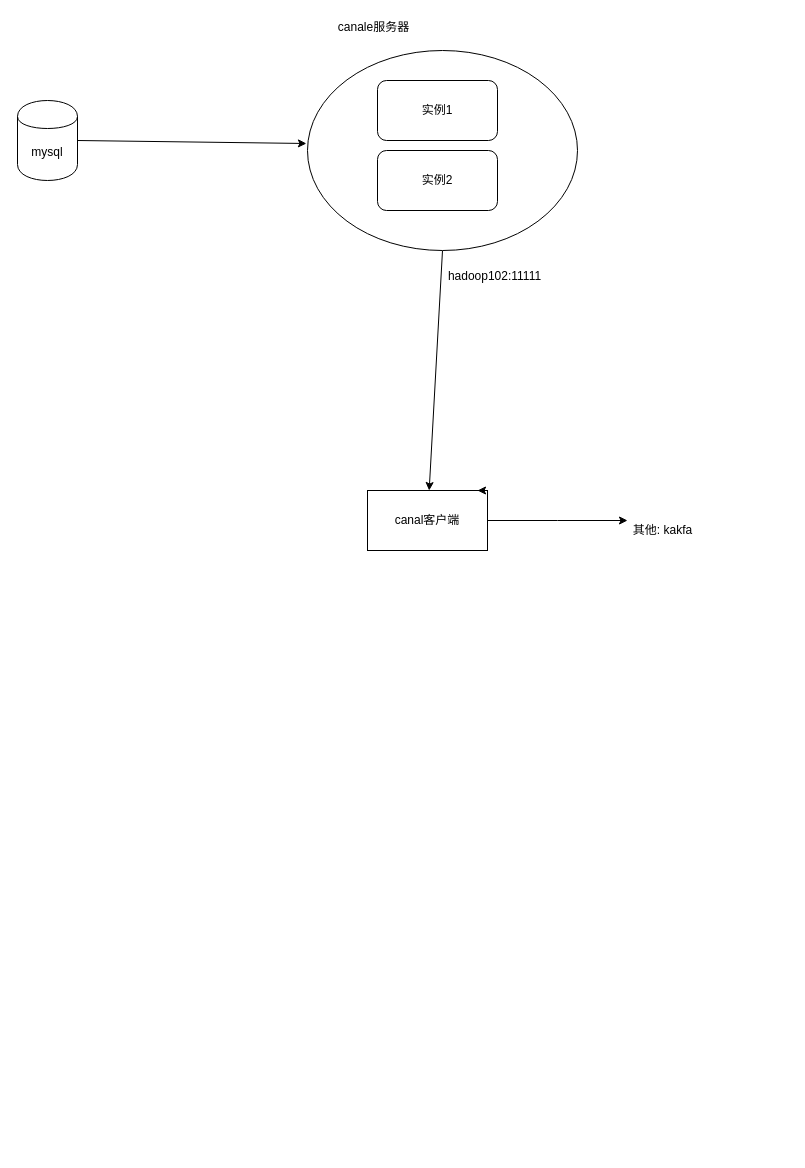
zhenchao125/gmall1128 keeps this draw.io diagram as page "第 4 页" (4 of 5) of 笔记/绘图.drawio. Above is the earlier version. Source tidied: cells renumbered, new cells numbered last; positions are measured from the earlier drawing's top-left corner, leaving out a move shared by most shapes. Both pictures are drawn from the tidied source at 100%, with x=0, y=0 at pixel (17, 17).
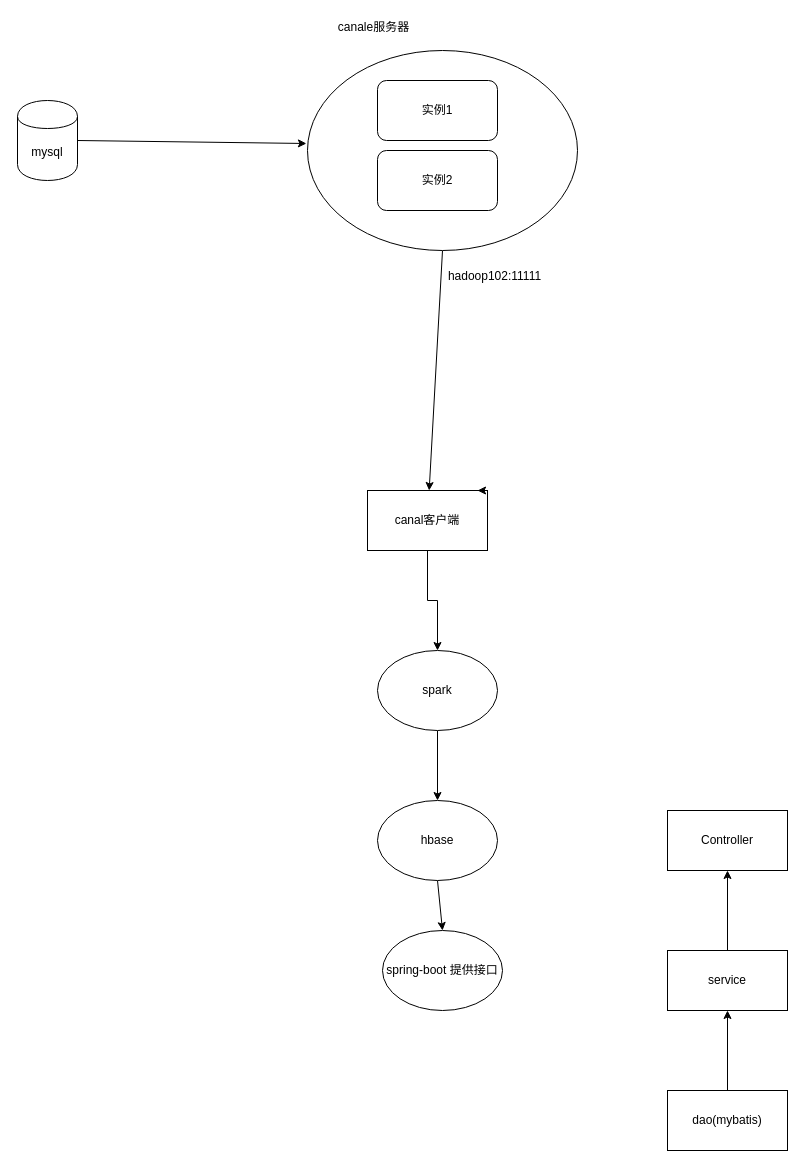
The same page after the edit.

The change refers to these unchanged cells:
```xml
<mxCell id="10" value="canal客户端" style="rounded=0;whiteSpace=wrap;html=1;" parent="1" vertex="1">
  <mxGeometry x="350" y="473" width="120" height="60" as="geometry" />
</mxCell>
```

Change to the diagram source:
```diff
@@
-    <mxCell id="9" style="edgeStyle=orthogonalEdgeStyle;rounded=0;jettySize=auto;html=1;exitX=1;exitY=0.5;exitDx=0;exitDy=0;" parent="1" edge="1" source="10">
-      <mxGeometry relative="1" as="geometry">
-        <mxPoint x="610" y="503" as="targetPoint" />
-      </mxGeometry>
-    </mxCell>
+    <mxCell id="14" style="edgeStyle=orthogonalEdgeStyle;rounded=0;jettySize=auto;html=1;exitX=0.5;exitY=1;exitDx=0;exitDy=0;entryX=0.5;entryY=0;entryDx=0;entryDy=0;" parent="1" edge="1" source="10" target="16">
+      <mxGeometry relative="1" as="geometry" />
+    </mxCell>
@@
-    <mxCell id="11" value="其他: kakfa" style="text;html=1;align=center;verticalAlign=middle;" parent="1" vertex="1">
-      <mxGeometry x="610" y="503" width="70" height="20" as="geometry" />
-    </mxCell>
@@
+    <mxCell id="15" style="edgeStyle=orthogonalEdgeStyle;rounded=0;jettySize=auto;html=1;exitX=0.5;exitY=1;exitDx=0;exitDy=0;" parent="1" edge="1" source="16" target="18">
+      <mxGeometry relative="1" as="geometry" />
+    </mxCell>
+    <mxCell id="16" value="spark" style="ellipse;whiteSpace=wrap;html=1;" parent="1" vertex="1">
+      <mxGeometry x="360" y="633" width="120" height="80" as="geometry" />
+    </mxCell>
+    <mxCell id="17" style="rounded=0;jettySize=auto;html=1;exitX=0.5;exitY=1;exitDx=0;exitDy=0;entryX=0.5;entryY=0;entryDx=0;entryDy=0;" parent="1" edge="1" source="18" target="19">
+      <mxGeometry relative="1" as="geometry" />
+    </mxCell>
+    <mxCell id="18" value="hbase" style="ellipse;whiteSpace=wrap;html=1;" parent="1" vertex="1">
+      <mxGeometry x="360" y="783" width="120" height="80" as="geometry" />
+    </mxCell>
+    <mxCell id="19" value="spring-boot 提供接口" style="ellipse;whiteSpace=wrap;html=1;" parent="1" vertex="1">
+      <mxGeometry x="365" y="913" width="120" height="80" as="geometry" />
+    </mxCell>
+    <mxCell id="20" style="edgeStyle=none;rounded=0;jettySize=auto;html=1;" parent="1" edge="1" source="21" target="23">
+      <mxGeometry relative="1" as="geometry" />
+    </mxCell>
+    <mxCell id="21" value="dao(mybatis)" style="rounded=0;whiteSpace=wrap;html=1;" parent="1" vertex="1">
+      <mxGeometry x="650" y="1073" width="120" height="60" as="geometry" />
+    </mxCell>
+    <mxCell id="22" style="edgeStyle=none;rounded=0;jettySize=auto;html=1;" parent="1" edge="1" source="23" target="24">
+      <mxGeometry relative="1" as="geometry" />
+    </mxCell>
+    <mxCell id="23" value="service" style="rounded=0;whiteSpace=wrap;html=1;" parent="1" vertex="1">
+      <mxGeometry x="650" y="933" width="120" height="60" as="geometry" />
+    </mxCell>
+    <mxCell id="24" value="Controller" style="rounded=0;whiteSpace=wrap;html=1;" parent="1" vertex="1">
+      <mxGeometry x="650" y="793" width="120" height="60" as="geometry" />
+    </mxCell>
```
